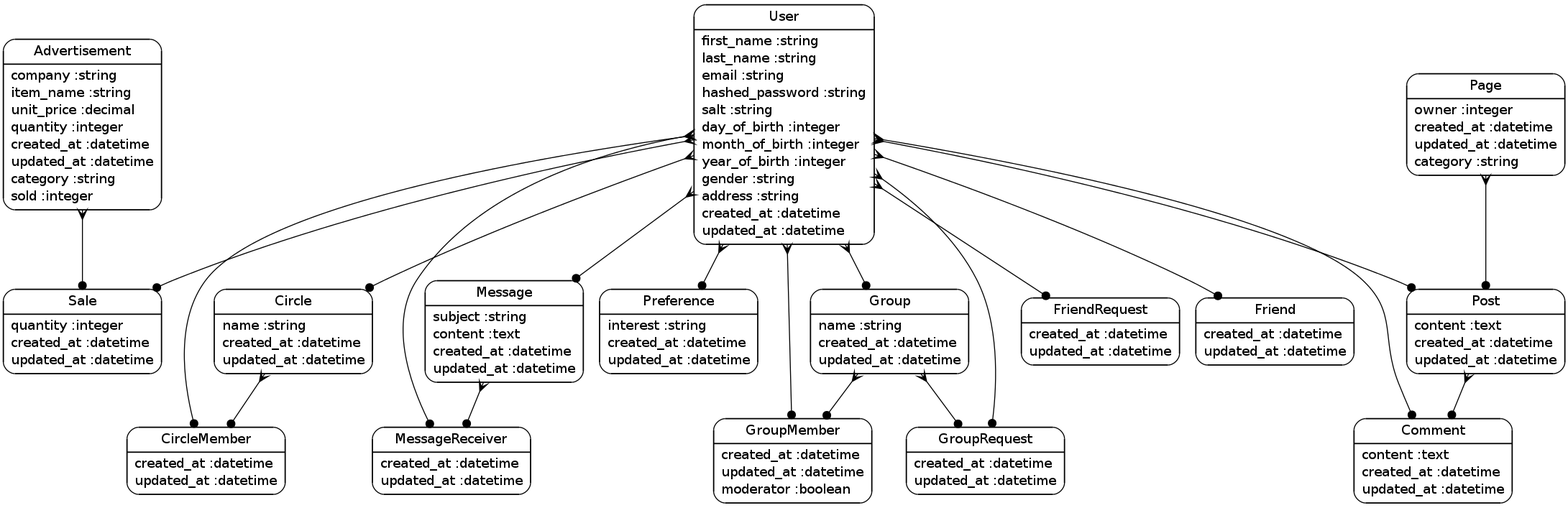
This is model.png from ChenLanbo/cse532_social_network, a Graphviz export, as it was before one commit. Its source is kept beside it as model.dot.
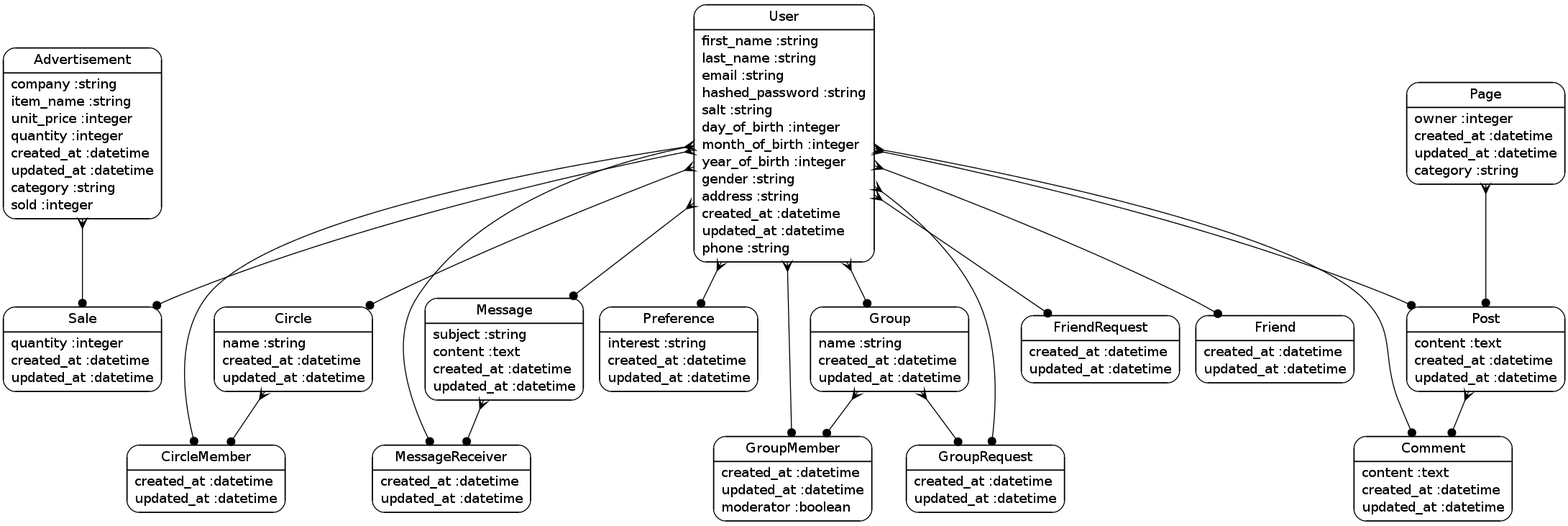
Later version of the same file.

Commit message:
On branch master Changes to be committed: 	go through user-level transactions

Diff of the diagram source:
```diff
@@ -6,10 +6,10 @@
 	"Circle" [shape=Mrecord, label="{Circle|name :string\lcreated_at :datetime\lupdated_at :datetime\l}"]
 	"Sale" [shape=Mrecord, label="{Sale|quantity :integer\lcreated_at :datetime\lupdated_at :datetime\l}"]
 	"Comment" [shape=Mrecord, label="{Comment|content :text\lcreated_at :datetime\lupdated_at :datetime\l}"]
-	"Advertisement" [shape=Mrecord, label="{Advertisement|company :string\litem_name :string\lunit_price :decimal\lquantity :integer\lcreated_at :datetime\lupdated_at :datetime\lcategory :string\lsold :integer\l}"]
+	"Advertisement" [shape=Mrecord, label="{Advertisement|company :string\litem_name :string\lunit_price :integer\lquantity :integer\lcreated_at :datetime\lupdated_at :datetime\lcategory :string\lsold :integer\l}"]
 	"CircleMember" [shape=Mrecord, label="{CircleMember|created_at :datetime\lupdated_at :datetime\l}"]
 	"Group" [shape=Mrecord, label="{Group|name :string\lcreated_at :datetime\lupdated_at :datetime\l}"]
-	"User" [shape=Mrecord, label="{User|first_name :string\llast_name :string\lemail :string\lhashed_password :string\lsalt :string\lday_of_birth :integer\lmonth_of_birth :integer\lyear_of_birth :integer\lgender :string\laddress :string\lcreated_at :datetime\lupdated_at :datetime\l}"]
+	"User" [shape=Mrecord, label="{User|first_name :string\llast_name :string\lemail :string\lhashed_password :string\lsalt :string\lday_of_birth :integer\lmonth_of_birth :integer\lyear_of_birth :integer\lgender :string\laddress :string\lcreated_at :datetime\lupdated_at :datetime\lphone :string\l}"]
 	"FriendRequest" [shape=Mrecord, label="{FriendRequest|created_at :datetime\lupdated_at :datetime\l}"]
 	"Message" [shape=Mrecord, label="{Message|subject :string\lcontent :text\lcreated_at :datetime\lupdated_at :datetime\l}"]
 	"GroupMember" [shape=Mrecord, label="{GroupMember|created_at :datetime\lupdated_at :datetime\lmoderator :boolean\l}"]
@@ -22,9 +22,9 @@
 	"Group" -> "GroupRequest" [arrowtail=crow, arrowhead=dot, dir=both]
 	"Group" -> "GroupMember" [arrowtail=crow, arrowhead=dot, dir=both]
 	"User" -> "Post" [arrowtail=crow, arrowhead=dot, dir=both]
-	"User" -> "Message" [arrowtail=crow, arrowhead=dot, dir=both]
 	"User" -> "FriendRequest" [arrowtail=crow, arrowhead=dot, dir=both]
 	"User" -> "MessageReceiver" [arrowtail=crow, arrowhead=dot, dir=both]
+	"User" -> "Message" [arrowtail=crow, arrowhead=dot, dir=both]
 	"User" -> "GroupRequest" [arrowtail=crow, arrowhead=dot, dir=both]
 	"User" -> "Group" [arrowtail=crow, arrowhead=dot, dir=both]
 	"User" -> "CircleMember" [arrowtail=crow, arrowhead=dot, dir=both]
```
